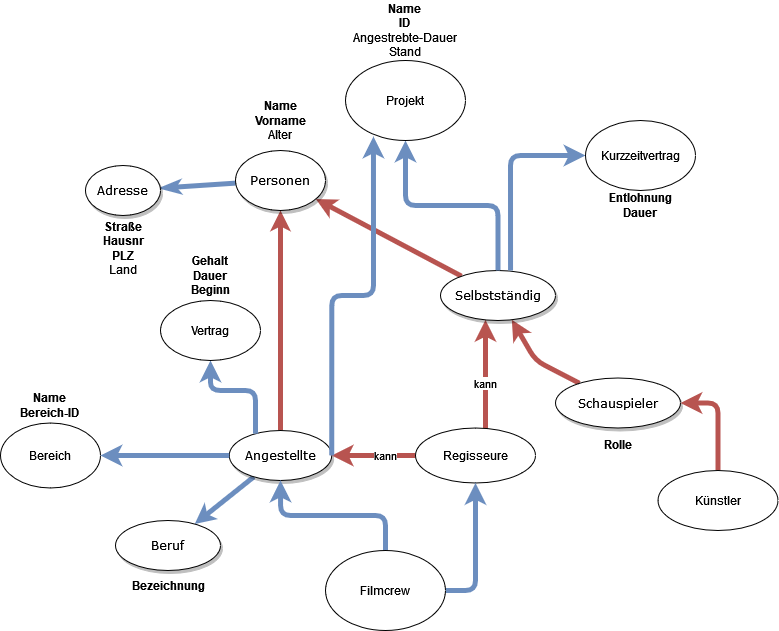
Before: Personenverwaltung.drawio.png, a diagram exported from draw.io (Masternuss/Datenbanken2022). Source tidied: cells renumbered, new cells last; positions are measured from the earlier drawing's top-left corner, leaving out a move shared by most shapes.
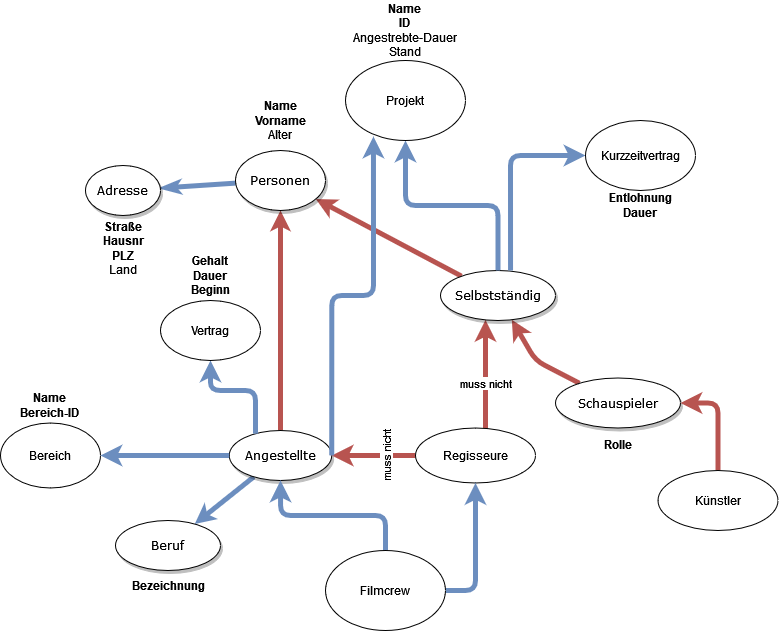
Later version of the same file.

The edit, as a diff of the source:
```diff
@@ -35,7 +35,7 @@
         </Array>
       </mxGeometry>
     </mxCell>
-    <mxCell id="10" value="kann" style="edgeLabel;html=1;align=center;verticalAlign=middle;" parent="9" vertex="1">
+    <mxCell id="10" value="muss nicht" style="edgeLabel;html=1;align=center;verticalAlign=middle;" parent="9" vertex="1">
       <mxGeometry x="0.15" y="-1" relative="1" as="geometry" />
     </mxCell>
     <mxCell id="11" value="Selbstständig" style="ellipse;whiteSpace=wrap;html=1;rounded=0;shadow=1;comic=0;labelBackgroundColor=none;strokeWidth=1;fontFamily=Verdana;fontSize=12;align=center;" parent="1" vertex="1">
@@ -53,10 +53,12 @@
     <mxCell id="15" style="edgeStyle=orthogonalEdgeStyle;rounded=1;jettySize=auto;html=1;startArrow=none;startFill=0;endArrow=classic;endFill=1;strokeColor=#b85450;strokeWidth=5;fillColor=#f8cecc;" parent="1" edge="1" source="17" target="7">
       <mxGeometry relative="1" as="geometry" />
     </mxCell>
-    <mxCell id="16" value="kann" style="edgeLabel;html=1;align=center;verticalAlign=middle;" parent="15" vertex="1">
-      <mxGeometry x="-0.26" y="-1" relative="1" as="geometry" />
+    <mxCell id="16" value="muss nicht" style="edgeLabel;html=1;align=center;verticalAlign=middle;rotation=-90;" parent="15" vertex="1">
+      <mxGeometry x="-0.26" y="-1" relative="1" as="geometry">
+        <mxPoint x="1" y="1" as="offset" />
+      </mxGeometry>
     </mxCell>
-    <mxCell id="17" value="Regisseure" style="ellipse;whiteSpace=wrap;html=1;" parent="1" vertex="1">
+    <mxCell id="17" value="&lt;font face=&quot;Helvetica&quot;&gt;Regisseure&lt;/font&gt;" style="ellipse;whiteSpace=wrap;html=1;" parent="1" vertex="1">
       <mxGeometry x="415" y="427.5" width="120" height="55" as="geometry" />
     </mxCell>
     <mxCell id="18" style="edgeStyle=orthogonalEdgeStyle;jettySize=auto;html=1;entryX=0.609;entryY=0;entryDx=0;entryDy=0;entryPerimeter=0;startArrow=classic;startFill=1;endArrow=none;endFill=0;strokeWidth=5;fillColor=#dae8fc;strokeColor=#6c8ebf;rounded=1;" parent="1" edge="1" source="19" target="11">
```
